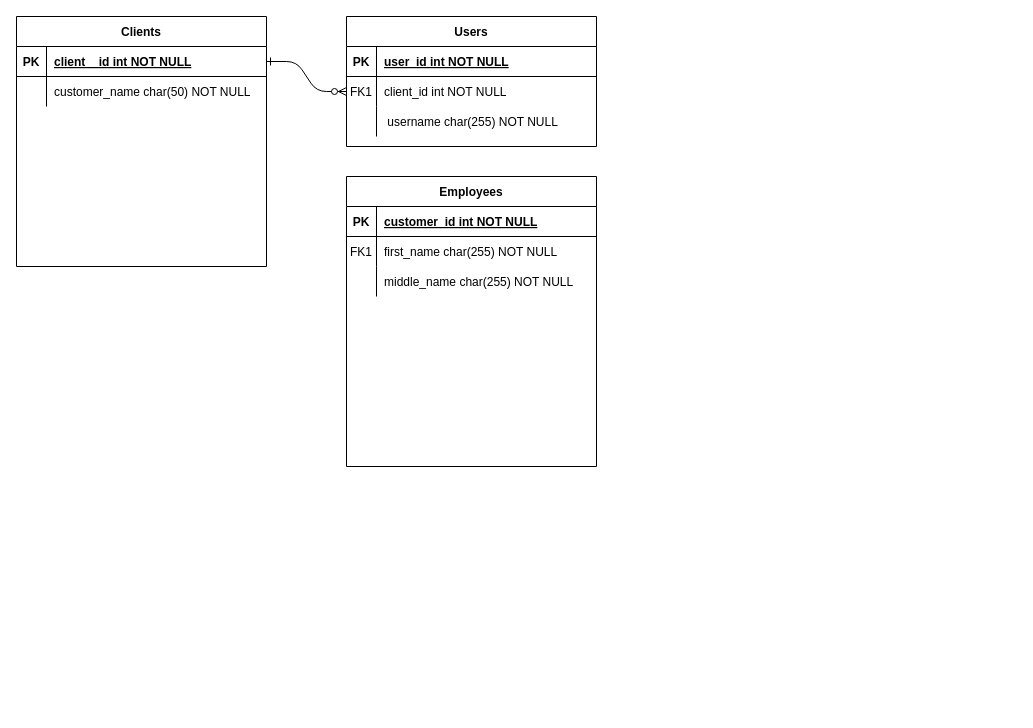
Above: EntityRelationshipDiagram_SmartLoansSystem.drawio in mugumya21/loanMS (draw.io), before the change. Source tidied: cells renumbered, new cells numbered last; positions are measured from the earlier drawing's top-left corner, leaving out a move shared by most shapes. Both pictures are drawn from the tidied source at 100%, with x=0, y=0 at pixel (16, 16).
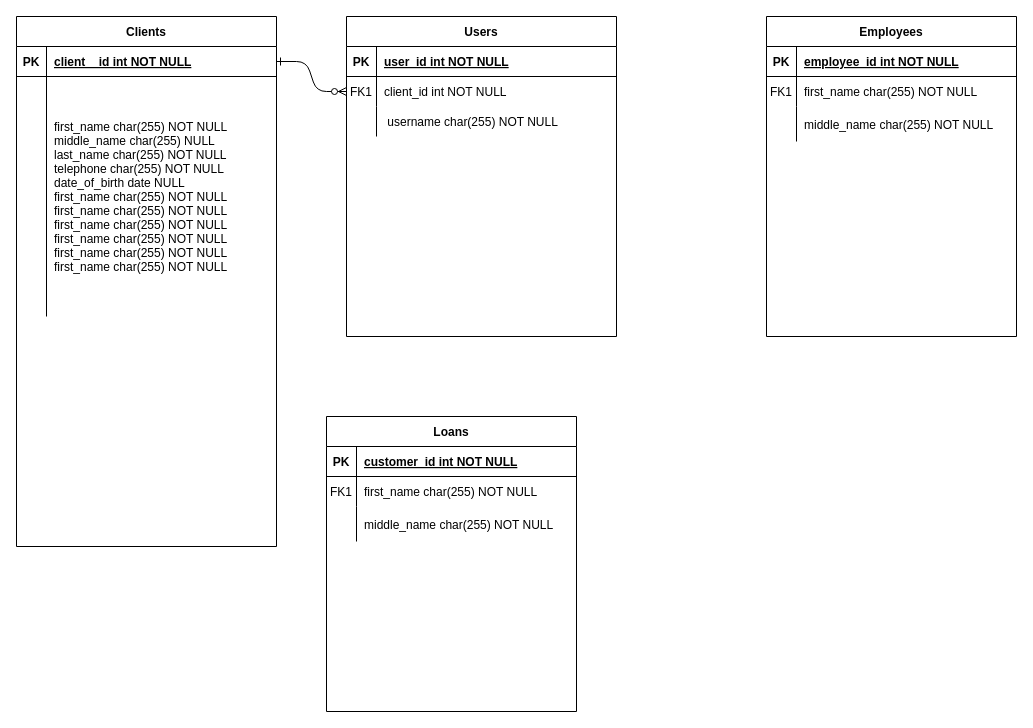
The same page after the edit.

The change refers to these unchanged cells:
```xml
<mxCell id="14" style="shape=partialRectangle;fillColor=none;top=0;left=0;right=0;bottom=1;" parent="13" vertex="1">
  <mxGeometry y="30" width="250" height="30" as="geometry" />
</mxCell>
```

Diff of the diagram source:
```diff
@@
     <mxCell id="3" value="Users" style="shape=table;startSize=30;childLayout=tableLayout;rowLines=0;fontStyle=1;align=center;" parent="1" vertex="1">
-      <mxGeometry x="330" width="250" height="130" as="geometry" />
+      <mxGeometry x="330" width="270" height="320" as="geometry" />
     </mxCell>
     <mxCell id="4" style="shape=partialRectangle;fillColor=none;top=0;left=0;right=0;bottom=1;" parent="3" vertex="1">
-      <mxGeometry y="30" width="250" height="30" as="geometry" />
+      <mxGeometry y="30" width="270" height="30" as="geometry" />
     </mxCell>
@@
     <mxCell id="6" value="user_id int NOT NULL " style="shape=partialRectangle;overflow=hidden;fillColor=none;top=0;left=0;bottom=0;right=0;align=left;spacingLeft=6;fontStyle=5;" parent="4" vertex="1">
-      <mxGeometry x="30" width="220" height="30" as="geometry" />
+      <mxGeometry x="30" width="240" height="30" as="geometry" />
     </mxCell>
     <mxCell id="7" style="shape=partialRectangle;fillColor=none;points=[[0,0.5],[1,0.5]];portConstraint=eastwest;top=0;left=0;right=0;bottom=0;" parent="3" vertex="1">
-      <mxGeometry y="60" width="250" height="30" as="geometry" />
+      <mxGeometry y="60" width="270" height="30" as="geometry" />
     </mxCell>
@@
     <mxCell id="9" value="client_id int NOT NULL" style="shape=partialRectangle;overflow=hidden;fillColor=none;top=0;left=0;bottom=0;right=0;align=left;spacingLeft=6;" parent="7" vertex="1">
-      <mxGeometry x="30" width="220" height="30" as="geometry" />
+      <mxGeometry x="30" width="240" height="30" as="geometry" />
     </mxCell>
     <mxCell id="10" style="shape=partialRectangle;fillColor=none;top=0;left=0;right=0;bottom=0;" parent="3" vertex="1">
-      <mxGeometry y="90" width="250" height="30" as="geometry" />
+      <mxGeometry y="90" width="270" height="30" as="geometry" />
     </mxCell>
@@
     <mxCell id="12" value=" username char(255) NOT NULL" style="shape=partialRectangle;overflow=hidden;fillColor=none;top=0;left=0;bottom=0;right=0;align=left;spacingLeft=6;" parent="10" vertex="1">
-      <mxGeometry x="30" width="220" height="30" as="geometry" />
+      <mxGeometry x="30" width="240" height="30" as="geometry" />
     </mxCell>
     <mxCell id="13" value="Employees" style="shape=table;startSize=30;childLayout=tableLayout;rowLines=0;fontStyle=1;align=center;" parent="1" vertex="1">
-      <mxGeometry x="330" y="160" width="250" height="290" as="geometry" />
+      <mxGeometry x="750" width="250" height="320" as="geometry" />
     </mxCell>
@@
-    <mxCell id="16" value="customer_id int NOT NULL " style="shape=partialRectangle;overflow=hidden;fillColor=none;top=0;left=0;bottom=0;right=0;align=left;spacingLeft=6;fontStyle=5;" parent="14" vertex="1">
+    <mxCell id="16" value="employee_id int NOT NULL " style="shape=partialRectangle;overflow=hidden;fillColor=none;top=0;left=0;bottom=0;right=0;align=left;spacingLeft=6;fontStyle=5;" parent="14" vertex="1">
       <mxGeometry x="30" width="220" height="30" as="geometry" />
     </mxCell>
@@
     <mxCell id="20" style="shape=partialRectangle;fillColor=none;top=0;left=0;right=0;bottom=0;" parent="13" vertex="1">
-      <mxGeometry y="90" width="250" height="30" as="geometry" />
+      <mxGeometry y="90" width="250" height="35" as="geometry" />
     </mxCell>
     <mxCell id="21" style="shape=partialRectangle;overflow=hidden;fillColor=none;top=0;left=0;bottom=0;right=0;" parent="20" vertex="1">
-      <mxGeometry width="30" height="30" as="geometry" />
+      <mxGeometry width="30" height="35" as="geometry" />
     </mxCell>
     <mxCell id="22" value="middle_name char(255) NOT NULL" style="shape=partialRectangle;overflow=hidden;fillColor=none;top=0;left=0;bottom=0;right=0;align=left;spacingLeft=6;" parent="20" vertex="1">
-      <mxGeometry x="30" width="220" height="30" as="geometry" />
+      <mxGeometry x="30" width="220" height="35" as="geometry" />
     </mxCell>
     <mxCell id="23" value="Clients" style="shape=table;startSize=30;childLayout=tableLayout;rowLines=0;fontStyle=1;align=center;" parent="1" vertex="1">
-      <mxGeometry width="250" height="250" as="geometry" />
+      <mxGeometry width="260" height="530" as="geometry" />
     </mxCell>
     <mxCell id="24" style="shape=partialRectangle;fillColor=none;points=[[0,0.5],[1,0.5]];portConstraint=eastwest;top=0;left=0;right=0;bottom=1;" parent="23" vertex="1">
-      <mxGeometry y="30" width="250" height="30" as="geometry" />
+      <mxGeometry y="30" width="260" height="30" as="geometry" />
     </mxCell>
@@
     <mxCell id="26" value="client__id int NOT NULL " style="shape=partialRectangle;overflow=hidden;fillColor=none;top=0;left=0;bottom=0;right=0;align=left;spacingLeft=6;fontStyle=5;" parent="24" vertex="1">
-      <mxGeometry x="30" width="220" height="30" as="geometry" />
+      <mxGeometry x="30" width="230" height="30" as="geometry" />
     </mxCell>
     <mxCell id="27" style="shape=partialRectangle;fillColor=none;top=0;left=0;right=0;bottom=0;" parent="23" vertex="1">
-      <mxGeometry y="60" width="250" height="30" as="geometry" />
+      <mxGeometry y="60" width="260" height="240" as="geometry" />
     </mxCell>
     <mxCell id="28" style="shape=partialRectangle;overflow=hidden;fillColor=none;top=0;left=0;bottom=0;right=0;" parent="27" vertex="1">
-      <mxGeometry width="30" height="30" as="geometry" />
+      <mxGeometry width="30" height="240" as="geometry" />
     </mxCell>
-    <mxCell id="29" value="customer_name char(50) NOT NULL" style="shape=partialRectangle;overflow=hidden;fillColor=none;top=0;left=0;bottom=0;right=0;align=left;spacingLeft=6;" parent="27" vertex="1">
-      <mxGeometry x="30" width="220" height="30" as="geometry" />
+    <mxCell id="29" value="first_name char(255) NOT NULL&#10;middle_name char(255) NULL&#10;last_name char(255) NOT NULL&#10;telephone char(255) NOT NULL&#10;date_of_birth date NULL&#10;first_name char(255) NOT NULL&#10;first_name char(255) NOT NULL&#10;first_name char(255) NOT NULL&#10;first_name char(255) NOT NULL&#10;first_name char(255) NOT NULL&#10;first_name char(255) NOT NULL" style="shape=partialRectangle;overflow=hidden;fillColor=none;top=0;left=0;bottom=0;right=0;align=left;spacingLeft=6;" parent="27" vertex="1">
+      <mxGeometry x="30" width="230" height="240" as="geometry" />
     </mxCell>
+    <mxCell id="30" value="Loans" style="shape=table;startSize=30;childLayout=tableLayout;rowLines=0;fontStyle=1;align=center;" parent="1" vertex="1">
+      <mxGeometry x="310" y="400" width="250" height="295" as="geometry" />
+    </mxCell>
+    <mxCell id="31" style="shape=partialRectangle;fillColor=none;top=0;left=0;right=0;bottom=1;" parent="30" vertex="1">
+      <mxGeometry y="30" width="250" height="30" as="geometry" />
+    </mxCell>
+    <mxCell id="32" value="PK" style="shape=partialRectangle;overflow=hidden;fillColor=none;top=0;left=0;bottom=0;right=0;fontStyle=1;" parent="31" vertex="1">
+      <mxGeometry width="30" height="30" as="geometry" />
+    </mxCell>
+    <mxCell id="33" value="customer_id int NOT NULL " style="shape=partialRectangle;overflow=hidden;fillColor=none;top=0;left=0;bottom=0;right=0;align=left;spacingLeft=6;fontStyle=5;" parent="31" vertex="1">
+      <mxGeometry x="30" width="220" height="30" as="geometry" />
+    </mxCell>
+    <mxCell id="34" style="shape=partialRectangle;fillColor=none;top=0;left=0;right=0;bottom=0;" parent="30" vertex="1">
+      <mxGeometry y="60" width="250" height="30" as="geometry" />
+    </mxCell>
+    <mxCell id="35" value="FK1" style="shape=partialRectangle;overflow=hidden;fillColor=none;top=0;left=0;bottom=0;right=0;" parent="34" vertex="1">
+      <mxGeometry width="30" height="30" as="geometry" />
+    </mxCell>
+    <mxCell id="36" value="first_name char(255) NOT NULL" style="shape=partialRectangle;overflow=hidden;fillColor=none;top=0;left=0;bottom=0;right=0;align=left;spacingLeft=6;" parent="34" vertex="1">
+      <mxGeometry x="30" width="220" height="30" as="geometry" />
+    </mxCell>
+    <mxCell id="37" style="shape=partialRectangle;fillColor=none;top=0;left=0;right=0;bottom=0;" parent="30" vertex="1">
+      <mxGeometry y="90" width="250" height="35" as="geometry" />
+    </mxCell>
+    <mxCell id="38" style="shape=partialRectangle;overflow=hidden;fillColor=none;top=0;left=0;bottom=0;right=0;" parent="37" vertex="1">
+      <mxGeometry width="30" height="35" as="geometry" />
+    </mxCell>
+    <mxCell id="39" value="middle_name char(255) NOT NULL" style="shape=partialRectangle;overflow=hidden;fillColor=none;top=0;left=0;bottom=0;right=0;align=left;spacingLeft=6;" parent="37" vertex="1">
+      <mxGeometry x="30" width="220" height="35" as="geometry" />
+    </mxCell>
```
